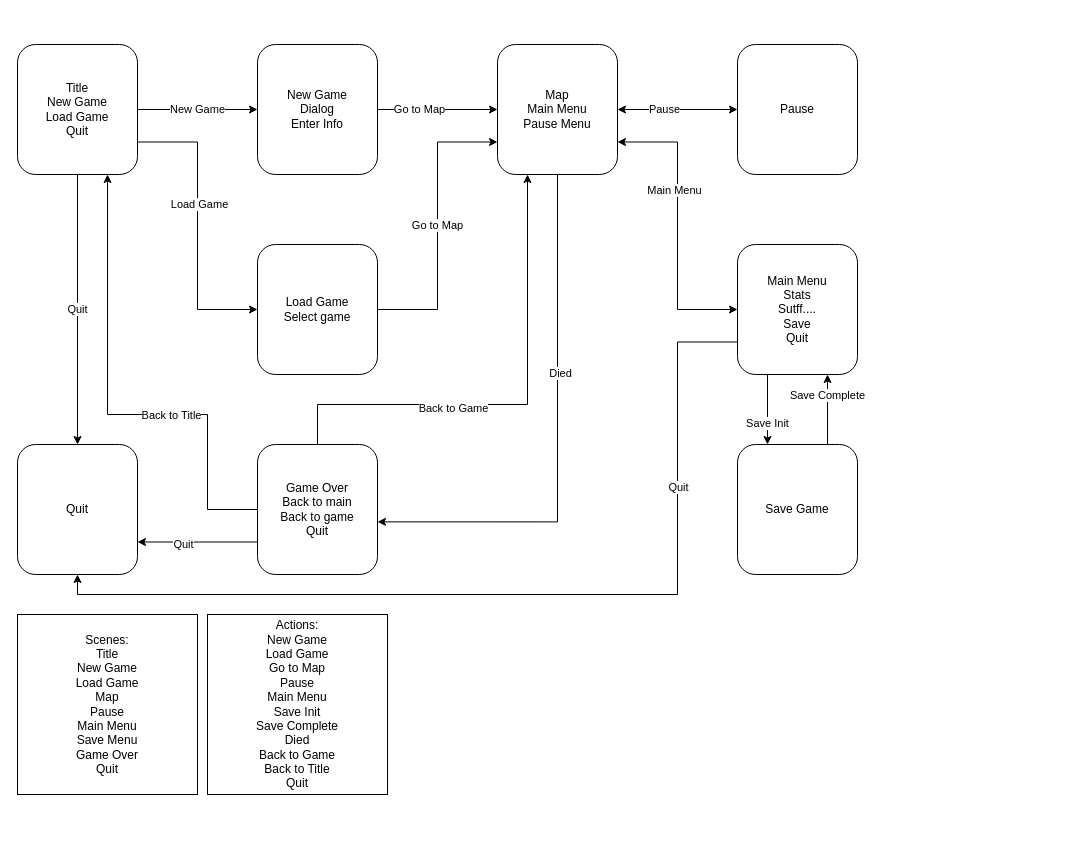
Earlier version of the draw.io diagram src/Documentation/Scene Logic.drawio (hnoraa/HolyShip). Source tidied: cells renumbered, new cells numbered last; positions are measured from the earlier drawing's top-left corner, leaving out a move shared by most shapes. Both pictures are drawn from the tidied source at 100%, with x=0, y=0 at pixel (17, 44).
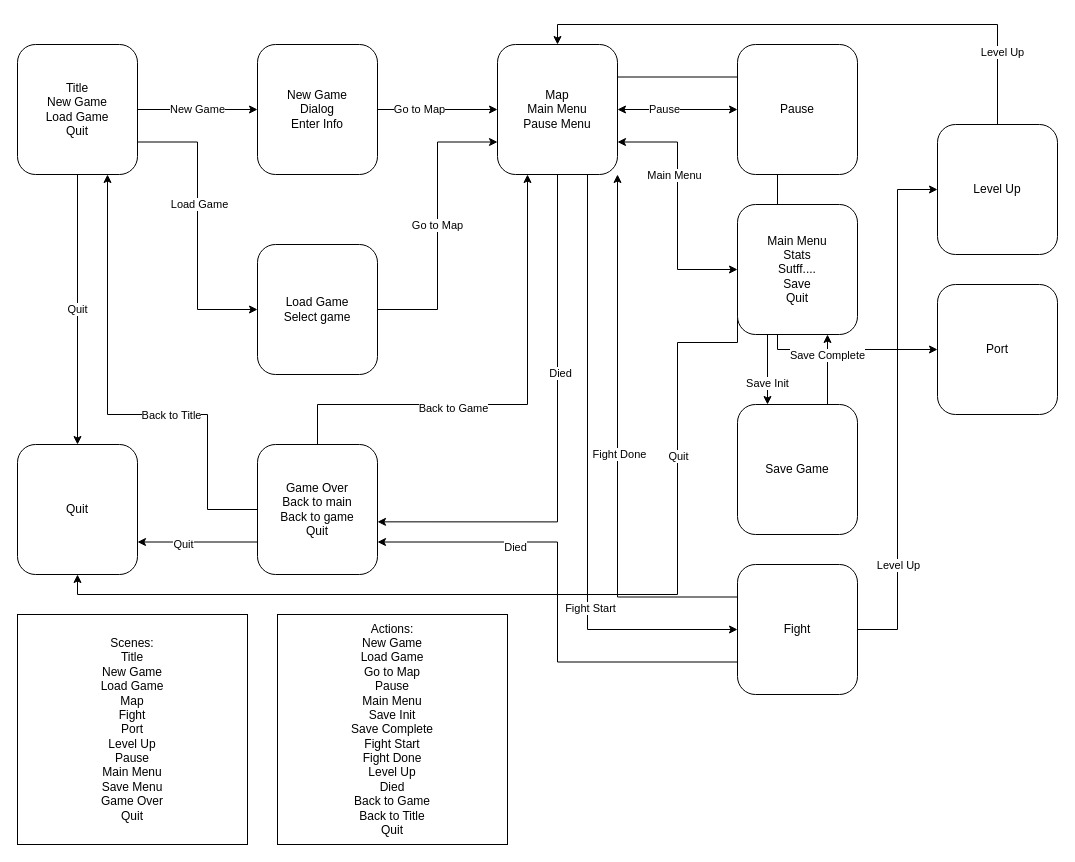
Above is the later version.

The change refers to these unchanged cells:
```xml
<mxCell id="18" value="Map&lt;br&gt;Main Menu&lt;br&gt;Pause Menu" style="rounded=1;whiteSpace=wrap;html=1;" parent="1" vertex="1">
  <mxGeometry x="480" width="120" height="130" as="geometry" />
</mxCell>
<mxCell id="32" value="Game Over&lt;br&gt;Back to main&lt;br&gt;Back to game&lt;br&gt;Quit" style="rounded=1;whiteSpace=wrap;html=1;" parent="1" vertex="1">
  <mxGeometry x="240" y="400" width="120" height="130" as="geometry" />
</mxCell>
```

What changed in the source:
```diff
@@
+    <mxCell id="36" style="edgeStyle=orthogonalEdgeStyle;rounded=0;jettySize=auto;html=1;exitX=0.75;exitY=1;exitDx=0;exitDy=0;entryX=0;entryY=0.5;entryDx=0;entryDy=0;startArrow=none;startFill=0;endArrow=classic;endFill=1;" parent="1" edge="1" source="18" target="45">
+      <mxGeometry relative="1" as="geometry" />
+    </mxCell>
+    <mxCell id="37" value="Fight Start" style="edgeLabel;html=1;align=center;verticalAlign=middle;" parent="36" vertex="1">
+      <mxGeometry x="0.43" y="2" relative="1" as="geometry" />
+    </mxCell>
+    <mxCell id="38" style="edgeStyle=orthogonalEdgeStyle;rounded=0;jettySize=auto;html=1;exitX=1;exitY=0.25;exitDx=0;exitDy=0;entryX=0;entryY=0.5;entryDx=0;entryDy=0;startArrow=none;startFill=0;endArrow=classic;endFill=1;" parent="1" edge="1" source="18" target="49">
+      <mxGeometry relative="1" as="geometry" />
+    </mxCell>
@@
     <mxCell id="23" value="Main Menu&lt;br&gt;Stats&lt;br&gt;Sutff....&lt;br&gt;Save&lt;br&gt;Quit" style="rounded=1;whiteSpace=wrap;html=1;" parent="1" vertex="1">
-      <mxGeometry x="720" y="200" width="120" height="130" as="geometry" />
+      <mxGeometry x="720" y="160" width="120" height="130" as="geometry" />
     </mxCell>
@@
     <mxCell id="25" value="Save Game" style="rounded=1;whiteSpace=wrap;html=1;" parent="1" vertex="1">
-      <mxGeometry x="720" y="400" width="120" height="130" as="geometry" />
+      <mxGeometry x="720" y="360" width="120" height="130" as="geometry" />
     </mxCell>
@@
-    <mxCell id="34" value="Scenes:&lt;br&gt;Title&lt;br&gt;New Game&lt;br&gt;Load Game&lt;br&gt;Map&lt;br&gt;Pause&lt;br&gt;Main Menu&lt;br&gt;Save Menu&lt;br&gt;Game Over&lt;br&gt;Quit" style="whiteSpace=wrap;html=1;" parent="1" vertex="1">
-      <mxGeometry y="570" width="180" height="180" as="geometry" />
+    <mxCell id="34" value="Scenes:&lt;br&gt;Title&lt;br&gt;New Game&lt;br&gt;Load Game&lt;br&gt;Map&lt;br&gt;Fight&lt;br&gt;Port&lt;br&gt;Level Up&lt;br&gt;Pause&lt;br&gt;Main Menu&lt;br&gt;Save Menu&lt;br&gt;Game Over&lt;br&gt;Quit" style="whiteSpace=wrap;html=1;" parent="1" vertex="1">
+      <mxGeometry y="570" width="230" height="230" as="geometry" />
     </mxCell>
-    <mxCell id="35" value="Actions:&lt;br&gt;New Game&lt;br&gt;Load Game&lt;br&gt;Go to Map&lt;br&gt;Pause&lt;br&gt;Main Menu&lt;br&gt;Save Init&lt;br&gt;Save Complete&lt;br&gt;Died&lt;br&gt;Back to Game&lt;br&gt;Back to Title&lt;br&gt;Quit" style="whiteSpace=wrap;html=1;" parent="1" vertex="1">
-      <mxGeometry x="190" y="570" width="180" height="180" as="geometry" />
+    <mxCell id="35" value="Actions:&lt;br&gt;New Game&lt;br&gt;Load Game&lt;br&gt;Go to Map&lt;br&gt;Pause&lt;br&gt;Main Menu&lt;br&gt;Save Init&lt;br&gt;Save Complete&lt;br&gt;Fight Start&lt;br&gt;Fight Done&lt;br&gt;Level Up&lt;br&gt;Died&lt;br&gt;Back to Game&lt;br&gt;Back to Title&lt;br&gt;Quit" style="whiteSpace=wrap;html=1;" parent="1" vertex="1">
+      <mxGeometry x="260" y="570" width="230" height="230" as="geometry" />
     </mxCell>
+    <mxCell id="39" style="edgeStyle=orthogonalEdgeStyle;rounded=0;jettySize=auto;html=1;exitX=0;exitY=0.25;exitDx=0;exitDy=0;entryX=1;entryY=1;entryDx=0;entryDy=0;startArrow=none;startFill=0;endArrow=classic;endFill=1;" parent="1" edge="1" source="45" target="18">
+      <mxGeometry relative="1" as="geometry" />
+    </mxCell>
+    <mxCell id="40" value="Fight Done" style="edgeLabel;html=1;align=center;verticalAlign=middle;" parent="39" vertex="1">
+      <mxGeometry x="-0.03" y="-1" relative="1" as="geometry" />
+    </mxCell>
+    <mxCell id="41" style="edgeStyle=orthogonalEdgeStyle;rounded=0;jettySize=auto;html=1;exitX=0;exitY=0.75;exitDx=0;exitDy=0;entryX=1;entryY=0.75;entryDx=0;entryDy=0;startArrow=none;startFill=0;endArrow=classic;endFill=1;" parent="1" edge="1" source="45" target="32">
+      <mxGeometry relative="1" as="geometry" />
+    </mxCell>
+    <mxCell id="42" value="Died" style="edgeLabel;html=1;align=center;verticalAlign=middle;" parent="41" vertex="1">
+      <mxGeometry x="0.43" y="5" relative="1" as="geometry" />
+    </mxCell>
+    <mxCell id="43" style="edgeStyle=orthogonalEdgeStyle;rounded=0;jettySize=auto;html=1;exitX=1;exitY=0.5;exitDx=0;exitDy=0;entryX=0;entryY=0.5;entryDx=0;entryDy=0;startArrow=none;startFill=0;endArrow=classic;endFill=1;" parent="1" edge="1" source="45" target="48">
+      <mxGeometry relative="1" as="geometry" />
+    </mxCell>
+    <mxCell id="44" value="Level Up" style="edgeLabel;html=1;align=center;verticalAlign=middle;" parent="43" vertex="1">
+      <mxGeometry x="-0.6" relative="1" as="geometry">
+        <mxPoint y="-1" as="offset" />
+      </mxGeometry>
+    </mxCell>
+    <mxCell id="45" value="Fight" style="rounded=1;whiteSpace=wrap;html=1;" parent="1" vertex="1">
+      <mxGeometry x="720" y="520" width="120" height="130" as="geometry" />
+    </mxCell>
+    <mxCell id="46" style="edgeStyle=orthogonalEdgeStyle;rounded=0;jettySize=auto;html=1;exitX=0.5;exitY=0;exitDx=0;exitDy=0;entryX=0.5;entryY=0;entryDx=0;entryDy=0;startArrow=none;startFill=0;endArrow=classic;endFill=1;" parent="1" edge="1" source="48" target="18">
+      <mxGeometry relative="1" as="geometry" />
+    </mxCell>
+    <mxCell id="47" value="Level Up" style="edgeLabel;html=1;align=center;verticalAlign=middle;" parent="46" vertex="1">
+      <mxGeometry x="-0.74" y="-4" relative="1" as="geometry" />
+    </mxCell>
+    <mxCell id="48" value="Level Up" style="rounded=1;whiteSpace=wrap;html=1;" parent="1" vertex="1">
+      <mxGeometry x="920" y="80" width="120" height="130" as="geometry" />
+    </mxCell>
+    <mxCell id="49" value="Port" style="rounded=1;whiteSpace=wrap;html=1;" parent="1" vertex="1">
+      <mxGeometry x="920" y="240" width="120" height="130" as="geometry" />
+    </mxCell>
```
